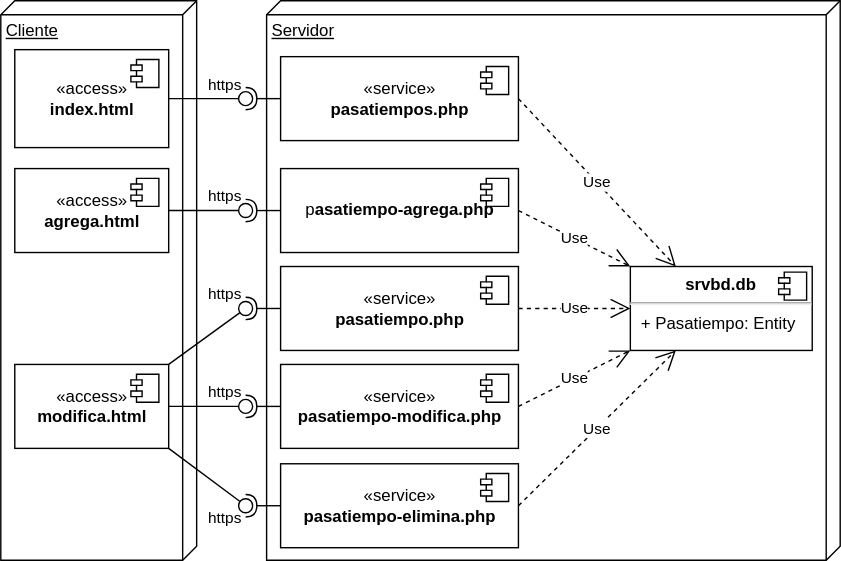
The draw.io diagram docs/img/m13bd/bddistribucion.drawio.svg in gilpgawoas/gilpgawoas.github.io, before a commit. Source tidied: cells renumbered, new cells last; positions are measured from the earlier drawing's top-left corner, leaving out a move shared by most shapes.
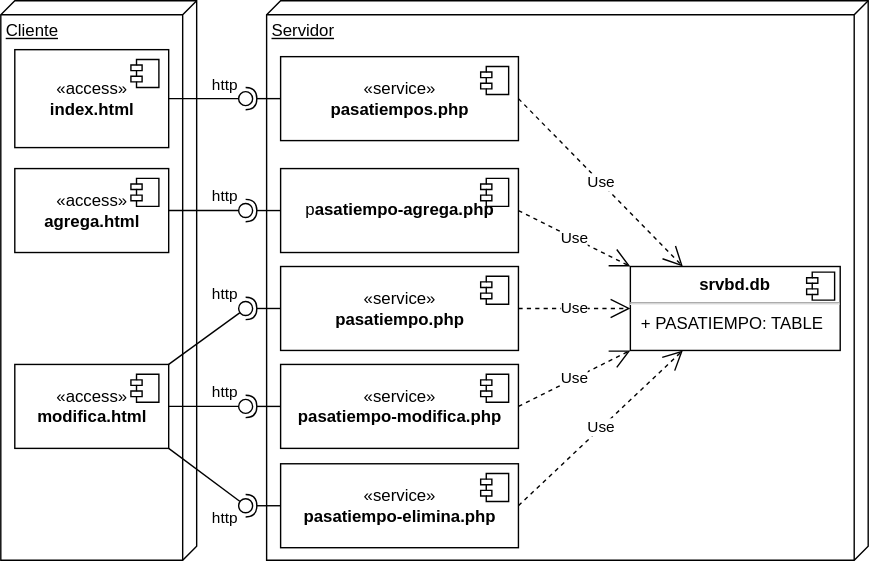
Later version of the same file.

The edit, as a diff of the source:
```diff
@@ -14,7 +14,7 @@
       </mxGeometry>
     </mxCell>
     <mxCell id="5" value="Servidor" style="verticalAlign=top;align=left;spacingTop=8;spacingLeft=2;spacingRight=12;shape=cube;size=10;direction=south;fontStyle=4;html=1;" parent="1" vertex="1">
-      <mxGeometry x="190" width="410" height="400" as="geometry" />
+      <mxGeometry x="190" width="430" height="400" as="geometry" />
     </mxCell>
     <mxCell id="6" value="«service»&lt;br&gt;&lt;b&gt;pasatiempos.php&lt;/b&gt;" style="html=1;" parent="1" vertex="1">
       <mxGeometry x="200" y="40" width="170" height="60" as="geometry" />
@@ -30,8 +30,8 @@
     <mxCell id="9" value="Use" style="endArrow=open;endSize=12;dashed=1;html=1;rounded=0;entryX=0.25;entryY=1;entryDx=0;entryDy=0;exitX=1;exitY=0.5;exitDx=0;exitDy=0;" parent="1" edge="1" source="24" target="10">
       <mxGeometry relative="1" as="geometry" />
     </mxCell>
-    <mxCell id="10" value="&lt;p style=&quot;margin:0px;margin-top:6px;text-align:center;&quot;&gt;&lt;b&gt;srvbd.db&lt;/b&gt;&lt;/p&gt;&lt;hr&gt;&lt;p style=&quot;margin:0px;margin-left:8px;&quot;&gt;+ Pasatiempo: Entity&lt;/p&gt;" style="align=left;overflow=fill;html=1;" parent="1" vertex="1">
-      <mxGeometry x="450" y="190" width="130" height="60" as="geometry" />
+    <mxCell id="10" value="&lt;p style=&quot;margin:0px;margin-top:6px;text-align:center;&quot;&gt;&lt;b&gt;srvbd.db&lt;/b&gt;&lt;/p&gt;&lt;hr&gt;&lt;p style=&quot;margin:0px;margin-left:8px;&quot;&gt;+ PASATIEMPO: TABLE&lt;/p&gt;" style="align=left;overflow=fill;html=1;" parent="1" vertex="1">
+      <mxGeometry x="450" y="190" width="150" height="60" as="geometry" />
     </mxCell>
     <mxCell id="11" style="shape=component;jettyWidth=8;jettyHeight=4;" parent="10" vertex="1">
       <mxGeometry x="1" width="20" height="20" relative="1" as="geometry">
@@ -95,7 +95,7 @@
     <mxCell id="26" value="Use" style="endArrow=open;endSize=12;dashed=1;html=1;rounded=0;exitX=1;exitY=0.5;exitDx=0;exitDy=0;entryX=0.25;entryY=0;entryDx=0;entryDy=0;" parent="1" edge="1" source="6" target="10">
       <mxGeometry relative="1" as="geometry" />
     </mxCell>
-    <mxCell id="27" value="https" style="rounded=0;jettySize=auto;html=1;endArrow=none;endFill=0;sketch=0;sourcePerimeterSpacing=0;targetPerimeterSpacing=0;exitX=1;exitY=0;exitDx=0;exitDy=0;" parent="1" edge="1" source="16" target="29">
+    <mxCell id="27" value="http" style="rounded=0;jettySize=auto;html=1;endArrow=none;endFill=0;sketch=0;sourcePerimeterSpacing=0;targetPerimeterSpacing=0;exitX=1;exitY=0;exitDx=0;exitDy=0;" parent="1" edge="1" source="16" target="29">
       <mxGeometry x="0.96" y="17" relative="1" as="geometry" />
     </mxCell>
     <mxCell id="28" style="rounded=0;jettySize=auto;html=1;endArrow=halfCircle;endFill=0;entryX=0.5;entryY=0.5;endSize=6;strokeWidth=1;sketch=0;exitX=0;exitY=0.5;exitDx=0;exitDy=0;" parent="1" edge="1" source="20" target="29">
@@ -104,7 +104,7 @@
     <mxCell id="29" style="ellipse;whiteSpace=wrap;html=1;align=center;points=[];outlineConnect=0;sketch=0;" parent="1" vertex="1">
       <mxGeometry x="170" y="215" width="10" height="10" as="geometry" />
     </mxCell>
-    <mxCell id="30" value="https" style="rounded=0;jettySize=auto;html=1;endArrow=none;endFill=0;sketch=0;sourcePerimeterSpacing=0;targetPerimeterSpacing=0;exitX=1;exitY=0.5;exitDx=0;exitDy=0;" parent="1" edge="1" source="16" target="32">
+    <mxCell id="30" value="http" style="rounded=0;jettySize=auto;html=1;endArrow=none;endFill=0;sketch=0;sourcePerimeterSpacing=0;targetPerimeterSpacing=0;exitX=1;exitY=0.5;exitDx=0;exitDy=0;" parent="1" edge="1" source="16" target="32">
       <mxGeometry x="0.6" y="10" relative="1" as="geometry" />
     </mxCell>
     <mxCell id="31" style="rounded=0;jettySize=auto;html=1;endArrow=halfCircle;endFill=0;entryX=0.5;entryY=0.5;endSize=6;strokeWidth=1;sketch=0;exitX=0;exitY=0.5;exitDx=0;exitDy=0;" parent="1" edge="1" source="22" target="32">
@@ -113,7 +113,7 @@
     <mxCell id="32" style="ellipse;whiteSpace=wrap;html=1;align=center;points=[];outlineConnect=0;sketch=0;" parent="1" vertex="1">
       <mxGeometry x="170" y="285" width="10" height="10" as="geometry" />
     </mxCell>
-    <mxCell id="33" value="https" style="rounded=0;jettySize=auto;html=1;endArrow=none;endFill=0;sketch=0;sourcePerimeterSpacing=0;targetPerimeterSpacing=0;exitX=1;exitY=1;exitDx=0;exitDy=0;" parent="1" edge="1" source="16" target="35">
+    <mxCell id="33" value="http" style="rounded=0;jettySize=auto;html=1;endArrow=none;endFill=0;sketch=0;sourcePerimeterSpacing=0;targetPerimeterSpacing=0;exitX=1;exitY=1;exitDx=0;exitDy=0;" parent="1" edge="1" source="16" target="35">
       <mxGeometry x="0.95" y="-16" relative="1" as="geometry" />
     </mxCell>
     <mxCell id="34" style="rounded=0;jettySize=auto;html=1;endArrow=halfCircle;endFill=0;entryX=0.5;entryY=0.5;endSize=6;strokeWidth=1;sketch=0;exitX=0;exitY=0.5;exitDx=0;exitDy=0;" parent="1" edge="1" source="24" target="35">
@@ -122,7 +122,7 @@
     <mxCell id="35" style="ellipse;whiteSpace=wrap;html=1;align=center;points=[];outlineConnect=0;sketch=0;" parent="1" vertex="1">
       <mxGeometry x="170" y="356" width="10" height="10" as="geometry" />
     </mxCell>
-    <mxCell id="36" value="https" style="rounded=0;jettySize=auto;html=1;endArrow=none;endFill=0;sketch=0;sourcePerimeterSpacing=0;targetPerimeterSpacing=0;exitX=1;exitY=0.5;exitDx=0;exitDy=0;" parent="1" edge="1" source="14" target="38">
+    <mxCell id="36" value="http" style="rounded=0;jettySize=auto;html=1;endArrow=none;endFill=0;sketch=0;sourcePerimeterSpacing=0;targetPerimeterSpacing=0;exitX=1;exitY=0.5;exitDx=0;exitDy=0;" parent="1" edge="1" source="14" target="38">
       <mxGeometry x="0.6" y="10" relative="1" as="geometry" />
     </mxCell>
     <mxCell id="37" style="rounded=0;jettySize=auto;html=1;endArrow=halfCircle;endFill=0;entryX=0.5;entryY=0.5;endSize=6;strokeWidth=1;sketch=0;exitX=0;exitY=0.5;exitDx=0;exitDy=0;" parent="1" edge="1" source="18" target="38">
@@ -131,7 +131,7 @@
     <mxCell id="38" style="ellipse;whiteSpace=wrap;html=1;align=center;points=[];outlineConnect=0;sketch=0;" parent="1" vertex="1">
       <mxGeometry x="170" y="145" width="10" height="10" as="geometry" />
     </mxCell>
-    <mxCell id="39" value="https" style="rounded=0;jettySize=auto;html=1;endArrow=none;endFill=0;sketch=0;sourcePerimeterSpacing=0;targetPerimeterSpacing=0;exitX=1;exitY=0.5;exitDx=0;exitDy=0;" parent="1" edge="1" source="3" target="41">
+    <mxCell id="39" value="http" style="rounded=0;jettySize=auto;html=1;endArrow=none;endFill=0;sketch=0;sourcePerimeterSpacing=0;targetPerimeterSpacing=0;exitX=1;exitY=0.5;exitDx=0;exitDy=0;" parent="1" edge="1" source="3" target="41">
       <mxGeometry x="0.6" y="10" relative="1" as="geometry" />
     </mxCell>
     <mxCell id="40" style="rounded=0;jettySize=auto;html=1;endArrow=halfCircle;endFill=0;entryX=0.5;entryY=0.5;endSize=6;strokeWidth=1;sketch=0;exitX=0;exitY=0.5;exitDx=0;exitDy=0;" parent="1" edge="1" source="6" target="41">
```
